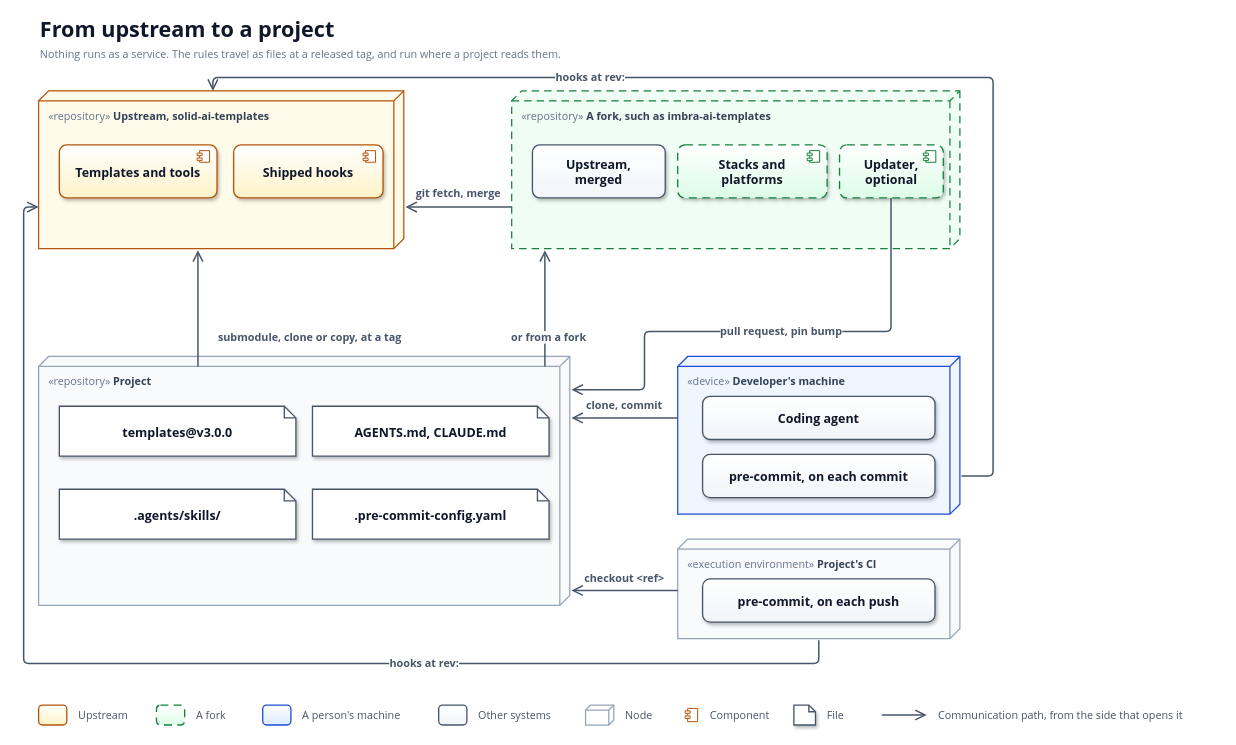
Above: docs/diagrams/deployment-distribution.drawio in solid-ai-dev/solid-ai-templates (draw.io), before the change. Source tidied: cells renumbered, new cells numbered last; positions are measured from the earlier drawing's top-left corner, leaving out a move shared by most shapes. Both pictures are drawn from the tidied source at 83%, with x=0, y=0 at pixel (23, 14).
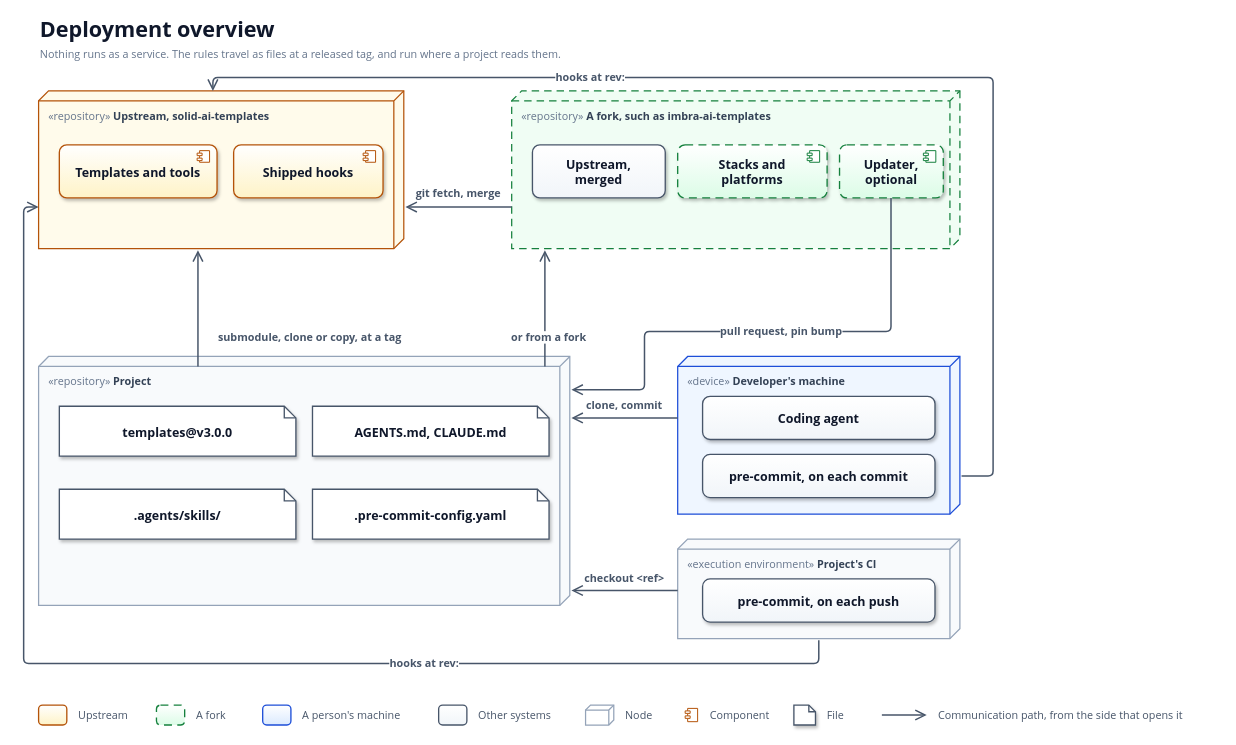
The same diagram, later.

Diff of the diagram source:
```diff
@@
-    <mxCell id="2" value="From upstream to a project" style="text;html=1;whiteSpace=wrap;strokeColor=none;fillColor=none;align=left;verticalAlign=middle;fontFamily=Segoe UI;fontSize=26;fontColor=#0F172A;fontStyle=1;" parent="1" vertex="1">
+    <mxCell id="2" value="Deployment overview" style="text;html=1;whiteSpace=wrap;strokeColor=none;fillColor=none;align=left;verticalAlign=middle;fontFamily=Segoe UI;fontSize=26;fontColor=#0F172A;fontStyle=1;" parent="1" vertex="1">
       <mxGeometry x="18" width="1380" height="36" as="geometry" />
     </mxCell>
```
